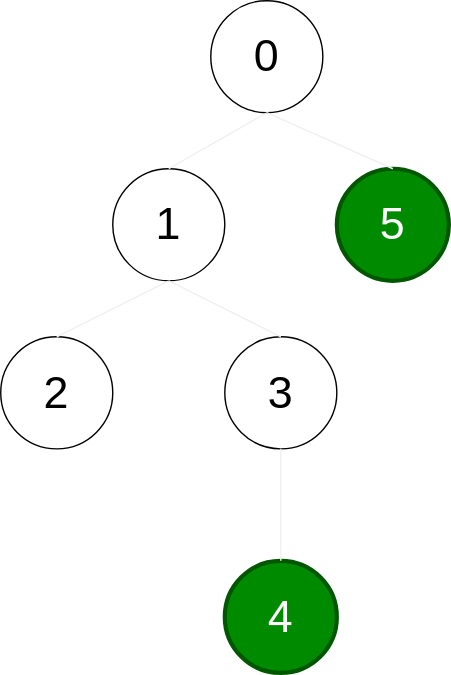
This is lib/cpalgo/tree/resources/diameter.drawio.svg from xirc/cp-algorithm, a draw.io export, as it was before one commit. Source tidied: cells renumbered, new cells last; positions are measured from the earlier drawing's top-left corner, leaving out a move shared by most shapes. The source it was exported from:
```xml
<mxGraphModel>
  <root>
    <mxCell id="0" />
    <mxCell id="1" parent="0" />
    <mxCell id="2" value="0" style="ellipse;whiteSpace=wrap;html=1;fontSize=32;" parent="1" vertex="1">
      <mxGeometry x="150" width="80" height="80" as="geometry" />
    </mxCell>
    <mxCell id="3" value="1" style="ellipse;whiteSpace=wrap;html=1;fontSize=32;" parent="1" vertex="1">
      <mxGeometry x="80" y="120" width="80" height="80" as="geometry" />
    </mxCell>
    <mxCell id="4" value="5" style="ellipse;whiteSpace=wrap;html=1;fontSize=32;fillColor=#008a00;strokeColor=#005700;fontColor=#ffffff;strokeWidth=3;" parent="1" vertex="1">
      <mxGeometry x="240" y="120" width="80" height="80" as="geometry" />
    </mxCell>
    <mxCell id="5" value="2" style="ellipse;whiteSpace=wrap;html=1;fontSize=32;" parent="1" vertex="1">
      <mxGeometry y="240" width="80" height="80" as="geometry" />
    </mxCell>
    <mxCell id="6" value="3" style="ellipse;whiteSpace=wrap;html=1;fontSize=32;" parent="1" vertex="1">
      <mxGeometry x="160" y="240" width="80" height="80" as="geometry" />
    </mxCell>
    <mxCell id="7" value="4" style="ellipse;whiteSpace=wrap;html=1;fontSize=32;fillColor=#008a00;strokeColor=#005700;fontColor=#ffffff;strokeWidth=3;" parent="1" vertex="1">
      <mxGeometry x="160" y="400" width="80" height="80" as="geometry" />
    </mxCell>
    <mxCell id="8" style="endArrow=none;html=1;strokeColor=#f0f0f0;entryX=0.5;entryY=1;entryDx=0;entryDy=0;exitX=0.5;exitY=0;exitDx=0;exitDy=0;" parent="1" edge="1" source="3" target="2">
      <mxGeometry relative="1" as="geometry" />
    </mxCell>
    <mxCell id="9" style="endArrow=none;html=1;strokeColor=#f0f0f0;exitX=0.5;exitY=0;exitDx=0;exitDy=0;entryX=0.5;entryY=1;entryDx=0;entryDy=0;" parent="1" edge="1" source="4" target="2">
      <mxGeometry relative="1" as="geometry" />
    </mxCell>
    <mxCell id="10" style="endArrow=none;html=1;strokeColor=#f0f0f0;exitX=0.5;exitY=0;exitDx=0;exitDy=0;entryX=0.5;entryY=1;entryDx=0;entryDy=0;" parent="1" edge="1" source="5" target="3">
      <mxGeometry relative="1" as="geometry" />
    </mxCell>
    <mxCell id="11" style="endArrow=none;html=1;strokeColor=#f0f0f0;exitX=0.5;exitY=0;exitDx=0;exitDy=0;entryX=0.5;entryY=1;entryDx=0;entryDy=0;" parent="1" edge="1" source="6" target="3">
      <mxGeometry relative="1" as="geometry" />
    </mxCell>
    <mxCell id="12" style="endArrow=none;html=1;strokeColor=#f0f0f0;exitX=0.5;exitY=0;exitDx=0;exitDy=0;entryX=0.5;entryY=1;entryDx=0;entryDy=0;" parent="1" edge="1" source="7" target="6">
      <mxGeometry relative="1" as="geometry" />
    </mxCell>
  </root>
</mxGraphModel>
```
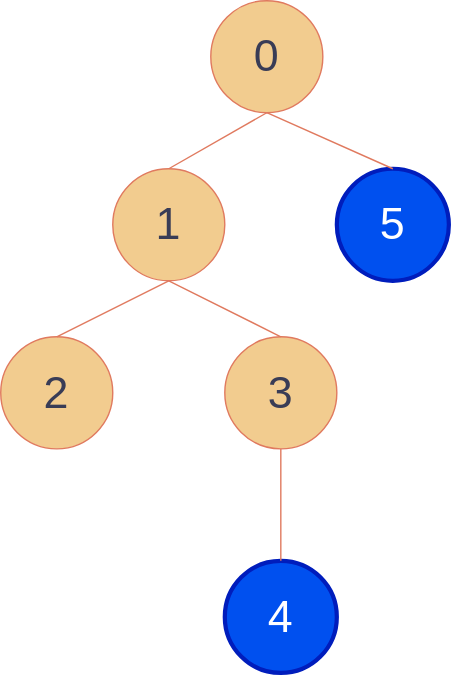
The same file after the commit.

The edit, as a diff of the source:
```diff
@@ -1,38 +1,38 @@
-<mxGraphModel>
+<mxGraphModel background="#FFFFFF">
   <root>
     <mxCell id="0" />
     <mxCell id="1" parent="0" />
-    <mxCell id="2" value="0" style="ellipse;whiteSpace=wrap;html=1;fontSize=32;" parent="1" vertex="1">
+    <mxCell id="2" value="0" style="ellipse;whiteSpace=wrap;html=1;fontSize=32;fillColor=#F2CC8F;strokeColor=#E07A5F;fontColor=#393C56;" parent="1" vertex="1">
       <mxGeometry x="150" width="80" height="80" as="geometry" />
     </mxCell>
-    <mxCell id="3" value="1" style="ellipse;whiteSpace=wrap;html=1;fontSize=32;" parent="1" vertex="1">
+    <mxCell id="3" value="1" style="ellipse;whiteSpace=wrap;html=1;fontSize=32;fillColor=#F2CC8F;strokeColor=#E07A5F;fontColor=#393C56;" parent="1" vertex="1">
       <mxGeometry x="80" y="120" width="80" height="80" as="geometry" />
     </mxCell>
-    <mxCell id="4" value="5" style="ellipse;whiteSpace=wrap;html=1;fontSize=32;fillColor=#008a00;strokeColor=#005700;fontColor=#ffffff;strokeWidth=3;" parent="1" vertex="1">
+    <mxCell id="4" value="5" style="ellipse;whiteSpace=wrap;html=1;fontSize=32;fillColor=#0050ef;strokeColor=#001DBC;fontColor=#ffffff;strokeWidth=3;" parent="1" vertex="1">
       <mxGeometry x="240" y="120" width="80" height="80" as="geometry" />
     </mxCell>
-    <mxCell id="5" value="2" style="ellipse;whiteSpace=wrap;html=1;fontSize=32;" parent="1" vertex="1">
+    <mxCell id="5" value="2" style="ellipse;whiteSpace=wrap;html=1;fontSize=32;fillColor=#F2CC8F;strokeColor=#E07A5F;fontColor=#393C56;" parent="1" vertex="1">
       <mxGeometry y="240" width="80" height="80" as="geometry" />
     </mxCell>
-    <mxCell id="6" value="3" style="ellipse;whiteSpace=wrap;html=1;fontSize=32;" parent="1" vertex="1">
+    <mxCell id="6" value="3" style="ellipse;whiteSpace=wrap;html=1;fontSize=32;fillColor=#F2CC8F;strokeColor=#E07A5F;fontColor=#393C56;" parent="1" vertex="1">
       <mxGeometry x="160" y="240" width="80" height="80" as="geometry" />
     </mxCell>
-    <mxCell id="7" value="4" style="ellipse;whiteSpace=wrap;html=1;fontSize=32;fillColor=#008a00;strokeColor=#005700;fontColor=#ffffff;strokeWidth=3;" parent="1" vertex="1">
+    <mxCell id="7" value="4" style="ellipse;whiteSpace=wrap;html=1;fontSize=32;fillColor=#0050ef;strokeColor=#001DBC;fontColor=#ffffff;strokeWidth=3;" parent="1" vertex="1">
       <mxGeometry x="160" y="400" width="80" height="80" as="geometry" />
     </mxCell>
-    <mxCell id="8" style="endArrow=none;html=1;strokeColor=#f0f0f0;entryX=0.5;entryY=1;entryDx=0;entryDy=0;exitX=0.5;exitY=0;exitDx=0;exitDy=0;" parent="1" edge="1" source="3" target="2">
+    <mxCell id="8" style="endArrow=none;html=1;strokeColor=#E07A5F;entryX=0.5;entryY=1;entryDx=0;entryDy=0;exitX=0.5;exitY=0;exitDx=0;exitDy=0;labelBackgroundColor=#F4F1DE;fontColor=#393C56;" parent="1" edge="1" source="3" target="2">
       <mxGeometry relative="1" as="geometry" />
     </mxCell>
-    <mxCell id="9" style="endArrow=none;html=1;strokeColor=#f0f0f0;exitX=0.5;exitY=0;exitDx=0;exitDy=0;entryX=0.5;entryY=1;entryDx=0;entryDy=0;" parent="1" edge="1" source="4" target="2">
+    <mxCell id="9" style="endArrow=none;html=1;strokeColor=#E07A5F;exitX=0.5;exitY=0;exitDx=0;exitDy=0;entryX=0.5;entryY=1;entryDx=0;entryDy=0;labelBackgroundColor=#F4F1DE;fontColor=#393C56;" parent="1" edge="1" source="4" target="2">
       <mxGeometry relative="1" as="geometry" />
     </mxCell>
-    <mxCell id="10" style="endArrow=none;html=1;strokeColor=#f0f0f0;exitX=0.5;exitY=0;exitDx=0;exitDy=0;entryX=0.5;entryY=1;entryDx=0;entryDy=0;" parent="1" edge="1" source="5" target="3">
+    <mxCell id="10" style="endArrow=none;html=1;strokeColor=#E07A5F;exitX=0.5;exitY=0;exitDx=0;exitDy=0;entryX=0.5;entryY=1;entryDx=0;entryDy=0;labelBackgroundColor=#F4F1DE;fontColor=#393C56;" parent="1" edge="1" source="5" target="3">
       <mxGeometry relative="1" as="geometry" />
     </mxCell>
-    <mxCell id="11" style="endArrow=none;html=1;strokeColor=#f0f0f0;exitX=0.5;exitY=0;exitDx=0;exitDy=0;entryX=0.5;entryY=1;entryDx=0;entryDy=0;" parent="1" edge="1" source="6" target="3">
+    <mxCell id="11" style="endArrow=none;html=1;strokeColor=#E07A5F;exitX=0.5;exitY=0;exitDx=0;exitDy=0;entryX=0.5;entryY=1;entryDx=0;entryDy=0;labelBackgroundColor=#F4F1DE;fontColor=#393C56;" parent="1" edge="1" source="6" target="3">
       <mxGeometry relative="1" as="geometry" />
     </mxCell>
-    <mxCell id="12" style="endArrow=none;html=1;strokeColor=#f0f0f0;exitX=0.5;exitY=0;exitDx=0;exitDy=0;entryX=0.5;entryY=1;entryDx=0;entryDy=0;" parent="1" edge="1" source="7" target="6">
+    <mxCell id="12" style="endArrow=none;html=1;strokeColor=#E07A5F;exitX=0.5;exitY=0;exitDx=0;exitDy=0;entryX=0.5;entryY=1;entryDx=0;entryDy=0;labelBackgroundColor=#F4F1DE;fontColor=#393C56;" parent="1" edge="1" source="7" target="6">
       <mxGeometry relative="1" as="geometry" />
     </mxCell>
   </root>
```
